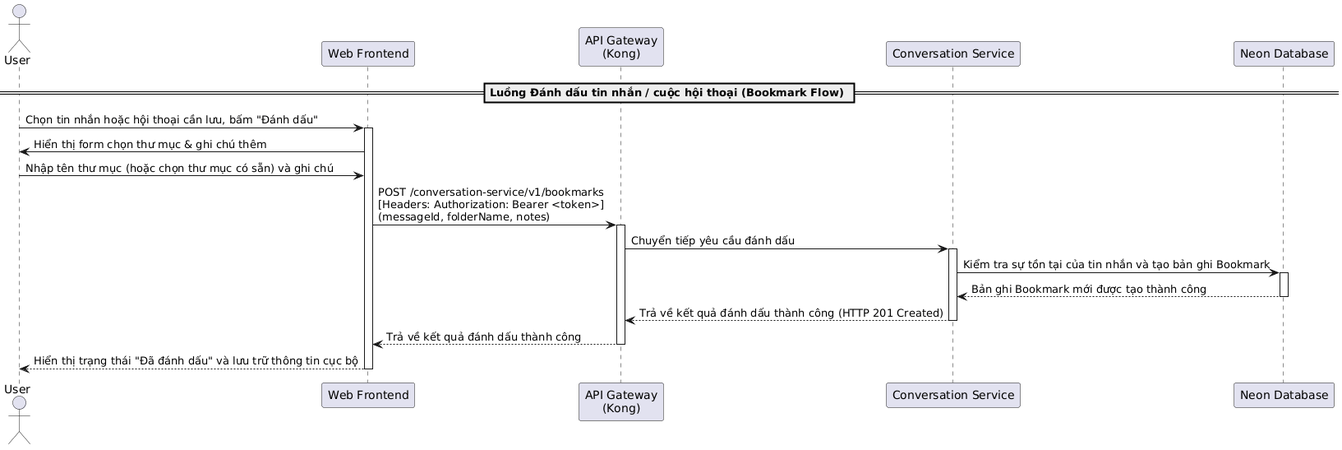
Earlier version of the PlantUML export temp/05-sequence/UML-Sequence-21.png (20206205Tech/docs-uml). The source it was exported from:
```plantuml
@startuml
actor "User" as User
participant "Web Frontend" as Frontend
participant "API Gateway\n(Kong)" as Kong
participant "Conversation Service" as ConvService
participant "Neon Database" as DB

== Luồng Đánh dấu tin nhắn / cuộc hội thoại (Bookmark Flow) ==
User -> Frontend: Chọn tin nhắn hoặc hội thoại cần lưu, bấm "Đánh dấu"
activate Frontend

Frontend -> User: Hiển thị form chọn thư mục & ghi chú thêm
User -> Frontend: Nhập tên thư mục (hoặc chọn thư mục có sẵn) và ghi chú
Frontend -> Kong: POST /conversation-service/v1/bookmarks\n[Headers: Authorization: Bearer <token>] \n(messageId, folderName, notes)
activate Kong

Kong -> ConvService: Chuyển tiếp yêu cầu đánh dấu
activate ConvService

ConvService -> DB: Kiểm tra sự tồn tại của tin nhắn và tạo bản ghi Bookmark
activate DB
DB --> ConvService: Bản ghi Bookmark mới được tạo thành công
deactivate DB

ConvService --> Kong: Trả về kết quả đánh dấu thành công (HTTP 201 Created)
deactivate ConvService
Kong --> Frontend: Trả về kết quả đánh dấu thành công
deactivate Kong

Frontend --> User: Hiển thị trạng thái "Đã đánh dấu" và lưu trữ thông tin cục bộ
deactivate Frontend
@enduml
```
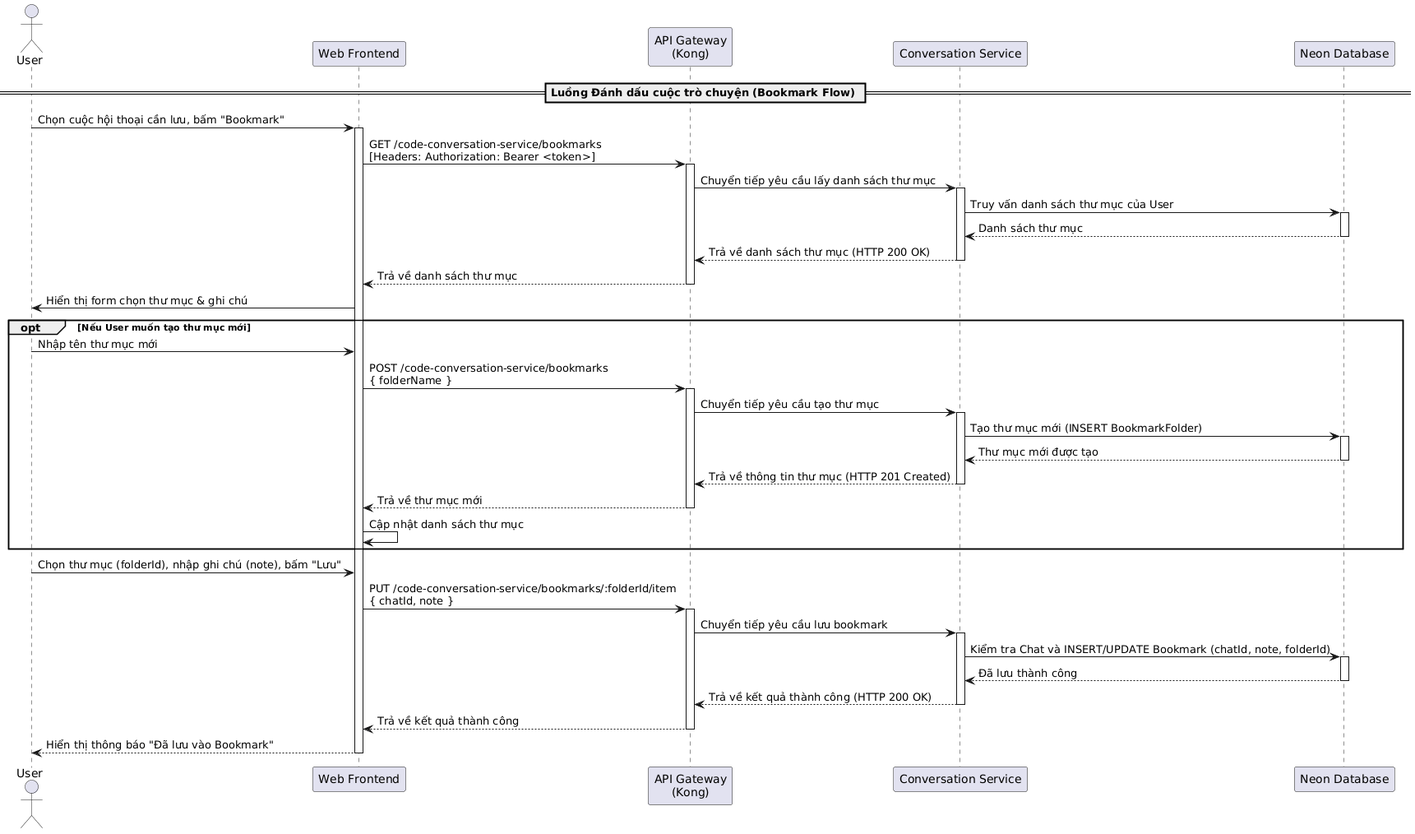
Above is the later version.

Change to the diagram source:
```diff
@@ -5,28 +5,56 @@
 participant "Conversation Service" as ConvService
 participant "Neon Database" as DB
 
-== Luồng Đánh dấu tin nhắn / cuộc hội thoại (Bookmark Flow) ==
-User -> Frontend: Chọn tin nhắn hoặc hội thoại cần lưu, bấm "Đánh dấu"
+== Luồng Đánh dấu cuộc trò chuyện (Bookmark Flow) ==
+User -> Frontend: Chọn cuộc hội thoại cần lưu, bấm "Bookmark"
 activate Frontend
 
-Frontend -> User: Hiển thị form chọn thư mục & ghi chú thêm
-User -> Frontend: Nhập tên thư mục (hoặc chọn thư mục có sẵn) và ghi chú
-Frontend -> Kong: POST /conversation-service/v1/bookmarks\n[Headers: Authorization: Bearer <token>] \n(messageId, folderName, notes)
+Frontend -> Kong: GET /code-conversation-service/bookmarks\n[Headers: Authorization: Bearer <token>]
 activate Kong
-
-Kong -> ConvService: Chuyển tiếp yêu cầu đánh dấu
+Kong -> ConvService: Chuyển tiếp yêu cầu lấy danh sách thư mục
 activate ConvService
-
-ConvService -> DB: Kiểm tra sự tồn tại của tin nhắn và tạo bản ghi Bookmark
+ConvService -> DB: Truy vấn danh sách thư mục của User
 activate DB
-DB --> ConvService: Bản ghi Bookmark mới được tạo thành công
+DB --> ConvService: Danh sách thư mục
 deactivate DB
-
-ConvService --> Kong: Trả về kết quả đánh dấu thành công (HTTP 201 Created)
+ConvService --> Kong: Trả về danh sách thư mục (HTTP 200 OK)
 deactivate ConvService
-Kong --> Frontend: Trả về kết quả đánh dấu thành công
+Kong --> Frontend: Trả về danh sách thư mục
 deactivate Kong
 
-Frontend --> User: Hiển thị trạng thái "Đã đánh dấu" và lưu trữ thông tin cục bộ
+Frontend -> User: Hiển thị form chọn thư mục & ghi chú
+
+opt Nếu User muốn tạo thư mục mới
+    User -> Frontend: Nhập tên thư mục mới
+    Frontend -> Kong: POST /code-conversation-service/bookmarks\n{ folderName }
+    activate Kong
+    Kong -> ConvService: Chuyển tiếp yêu cầu tạo thư mục
+    activate ConvService
+    ConvService -> DB: Tạo thư mục mới (INSERT BookmarkFolder)
+    activate DB
+    DB --> ConvService: Thư mục mới được tạo
+    deactivate DB
+    ConvService --> Kong: Trả về thông tin thư mục (HTTP 201 Created)
+    deactivate ConvService
+    Kong --> Frontend: Trả về thư mục mới
+    deactivate Kong
+    Frontend -> Frontend: Cập nhật danh sách thư mục
+end
+
+User -> Frontend: Chọn thư mục (folderId), nhập ghi chú (note), bấm "Lưu"
+Frontend -> Kong: PUT /code-conversation-service/bookmarks/:folderId/item\n{ chatId, note }
+activate Kong
+Kong -> ConvService: Chuyển tiếp yêu cầu lưu bookmark
+activate ConvService
+ConvService -> DB: Kiểm tra Chat và INSERT/UPDATE Bookmark (chatId, note, folderId)
+activate DB
+DB --> ConvService: Đã lưu thành công
+deactivate DB
+ConvService --> Kong: Trả về kết quả thành công (HTTP 200 OK)
+deactivate ConvService
+Kong --> Frontend: Trả về kết quả thành công
+deactivate Kong
+
+Frontend --> User: Hiển thị thông báo "Đã lưu vào Bookmark"
 deactivate Frontend
 @enduml
```
